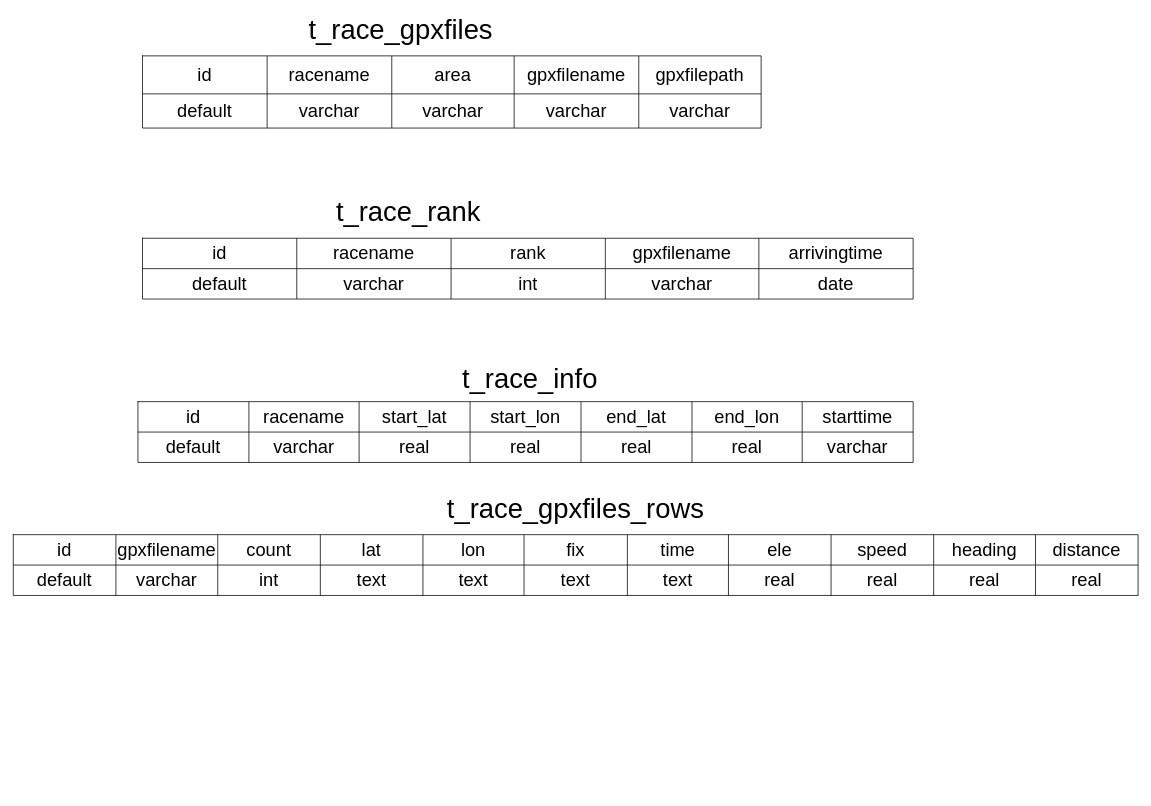
The draw.io diagram 比賽儀表盤資料庫設計.drawio in pengzhen80/PigeonRace, before the edit. Source tidied: cells renumbered, new cells numbered last; positions are measured from the earlier drawing's top-left corner, leaving out a move shared by most shapes. Both pictures are drawn from the tidied source at 76%, with x=0, y=0 at pixel (13, 17).
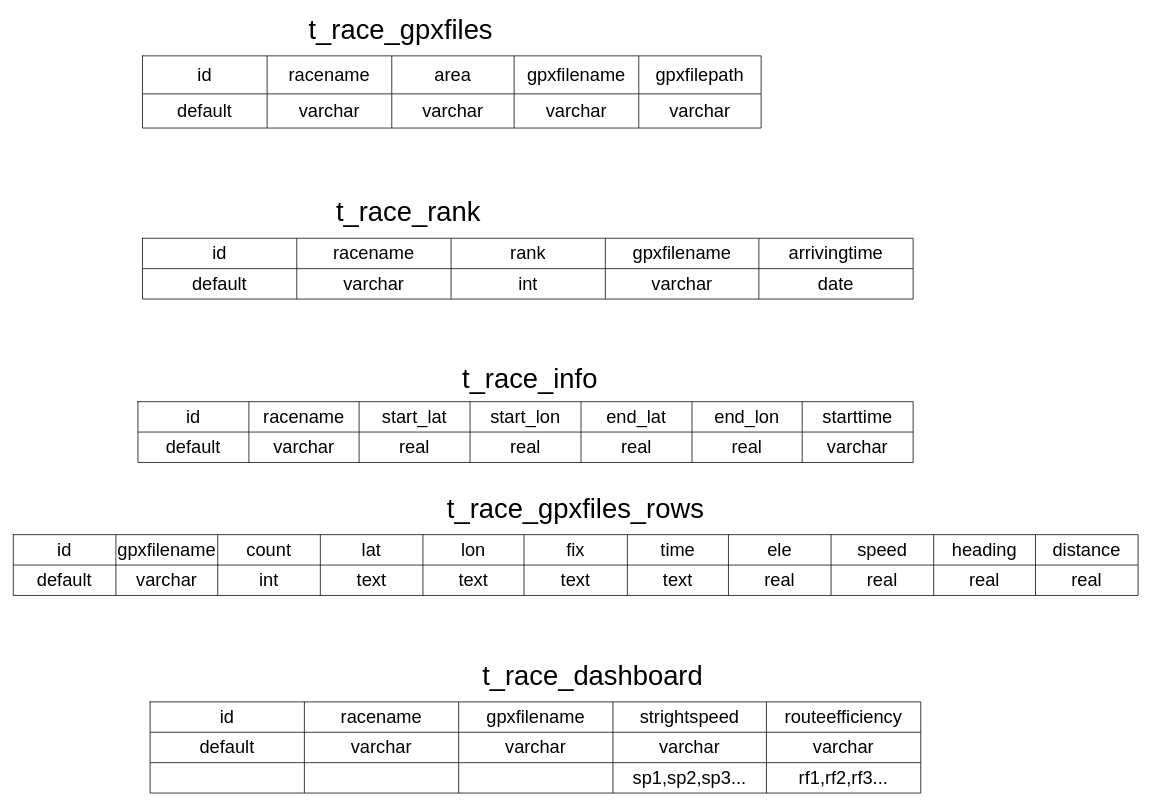
After the change.

Commit message:
更新比賽儀表盤資料庫設計.drawio

Change to the diagram source:
```diff
@@
+    <mxCell id="74" style="shape=table;startSize=0;childLayout=tableLayout;fontSize=24;" parent="1" vertex="1">
+      <mxGeometry x="180" y="900" width="1014" height="120" as="geometry" />
+    </mxCell>
+    <mxCell id="75" style="shape=tableRow;horizontal=0;startSize=0;swimlaneHead=0;swimlaneBody=0;top=0;left=0;bottom=0;right=0;fillColor=none;fontSize=24;" parent="74" vertex="1">
+      <mxGeometry width="1014" height="40" as="geometry" />
+    </mxCell>
+    <mxCell id="76" value="id" style="shape=partialRectangle;html=1;whiteSpace=wrap;overflow=hidden;fillColor=none;top=0;left=0;bottom=0;right=0;fontSize=24;" parent="75" vertex="1">
+      <mxGeometry width="203" height="40" as="geometry" />
+    </mxCell>
+    <mxCell id="77" value="racename" style="shape=partialRectangle;html=1;whiteSpace=wrap;overflow=hidden;fillColor=none;top=0;left=0;bottom=0;right=0;fontSize=24;" parent="75" vertex="1">
+      <mxGeometry x="203" width="203" height="40" as="geometry" />
+    </mxCell>
+    <mxCell id="78" value="gpxfilename" style="shape=partialRectangle;html=1;whiteSpace=wrap;overflow=hidden;fillColor=none;top=0;left=0;bottom=0;right=0;fontSize=24;" parent="75" vertex="1">
+      <mxGeometry x="406" width="203" height="40" as="geometry" />
+    </mxCell>
+    <mxCell id="79" value="strightspeed" style="shape=partialRectangle;html=1;whiteSpace=wrap;overflow=hidden;fillColor=none;top=0;left=0;bottom=0;right=0;fontSize=24;" parent="75" vertex="1">
+      <mxGeometry x="609" width="202" height="40" as="geometry" />
+    </mxCell>
+    <mxCell id="80" value="routeefficiency" style="shape=partialRectangle;html=1;whiteSpace=wrap;overflow=hidden;fillColor=none;top=0;left=0;bottom=0;right=0;fontSize=24;" parent="75" vertex="1">
+      <mxGeometry x="811" width="203" height="40" as="geometry" />
+    </mxCell>
+    <mxCell id="81" style="shape=tableRow;horizontal=0;startSize=0;swimlaneHead=0;swimlaneBody=0;top=0;left=0;bottom=0;right=0;fillColor=none;fontSize=24;" parent="74" vertex="1">
+      <mxGeometry y="40" width="1014" height="40" as="geometry" />
+    </mxCell>
+    <mxCell id="82" value="&lt;font style=&quot;font-size: 24px;&quot;&gt;default&lt;/font&gt;" style="shape=partialRectangle;html=1;whiteSpace=wrap;overflow=hidden;fillColor=none;top=0;left=0;bottom=0;right=0;fontSize=24;" parent="81" vertex="1">
+      <mxGeometry width="203" height="40" as="geometry" />
+    </mxCell>
+    <mxCell id="83" value="varchar" style="shape=partialRectangle;html=1;whiteSpace=wrap;overflow=hidden;fillColor=none;top=0;left=0;bottom=0;right=0;fontSize=24;" parent="81" vertex="1">
+      <mxGeometry x="203" width="203" height="40" as="geometry" />
+    </mxCell>
+    <mxCell id="84" value="varchar" style="shape=partialRectangle;html=1;whiteSpace=wrap;overflow=hidden;fillColor=none;top=0;left=0;bottom=0;right=0;fontSize=24;" parent="81" vertex="1">
+      <mxGeometry x="406" width="203" height="40" as="geometry" />
+    </mxCell>
+    <mxCell id="85" value="varchar" style="shape=partialRectangle;html=1;whiteSpace=wrap;overflow=hidden;fillColor=none;top=0;left=0;bottom=0;right=0;fontSize=24;" parent="81" vertex="1">
+      <mxGeometry x="609" width="202" height="40" as="geometry" />
+    </mxCell>
+    <mxCell id="86" value="varchar" style="shape=partialRectangle;html=1;whiteSpace=wrap;overflow=hidden;fillColor=none;top=0;left=0;bottom=0;right=0;fontSize=24;" parent="81" vertex="1">
+      <mxGeometry x="811" width="203" height="40" as="geometry" />
+    </mxCell>
+    <mxCell id="87" style="shape=tableRow;horizontal=0;startSize=0;swimlaneHead=0;swimlaneBody=0;top=0;left=0;bottom=0;right=0;fillColor=none;fontSize=24;" parent="74" vertex="1">
+      <mxGeometry y="80" width="1014" height="40" as="geometry" />
+    </mxCell>
+    <mxCell id="88" style="shape=partialRectangle;html=1;whiteSpace=wrap;overflow=hidden;fillColor=none;top=0;left=0;bottom=0;right=0;fontSize=24;" parent="87" vertex="1">
+      <mxGeometry width="203" height="40" as="geometry" />
+    </mxCell>
+    <mxCell id="89" style="shape=partialRectangle;html=1;whiteSpace=wrap;overflow=hidden;fillColor=none;top=0;left=0;bottom=0;right=0;fontSize=24;" parent="87" vertex="1">
+      <mxGeometry x="203" width="203" height="40" as="geometry" />
+    </mxCell>
+    <mxCell id="90" style="shape=partialRectangle;html=1;whiteSpace=wrap;overflow=hidden;fillColor=none;top=0;left=0;bottom=0;right=0;fontSize=24;" parent="87" vertex="1">
+      <mxGeometry x="406" width="203" height="40" as="geometry" />
+    </mxCell>
+    <mxCell id="91" value="sp1,sp2,sp3..." style="shape=partialRectangle;html=1;whiteSpace=wrap;overflow=hidden;fillColor=none;top=0;left=0;bottom=0;right=0;fontSize=24;" parent="87" vertex="1">
+      <mxGeometry x="609" width="202" height="40" as="geometry" />
+    </mxCell>
+    <mxCell id="92" value="rf1,rf2,rf3..." style="shape=partialRectangle;html=1;whiteSpace=wrap;overflow=hidden;fillColor=none;top=0;left=0;bottom=0;right=0;fontSize=24;" parent="87" vertex="1">
+      <mxGeometry x="811" width="203" height="40" as="geometry" />
+    </mxCell>
+    <mxCell id="93" value="&lt;font style=&quot;font-size: 36px;&quot;&gt;t_race_dashboard&lt;/font&gt;" style="text;html=1;strokeColor=none;fillColor=none;align=center;verticalAlign=middle;whiteSpace=wrap;rounded=0;" parent="1" vertex="1">
+      <mxGeometry x="541" y="850" width="443" height="30" as="geometry" />
+    </mxCell>
```
